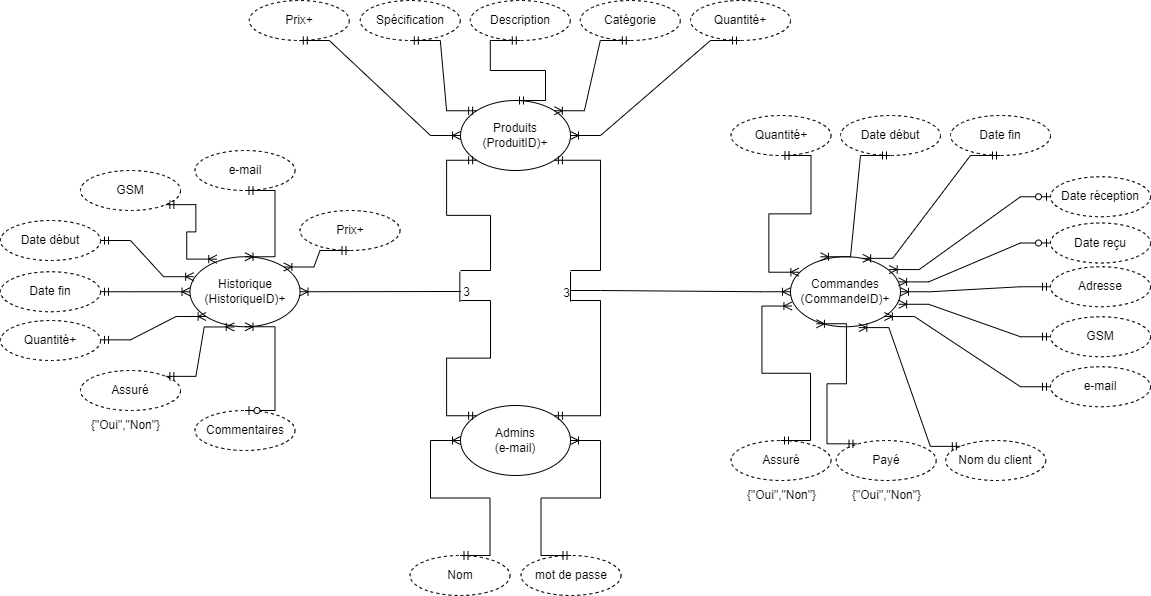
Above: ORM.png in Emilevillette/LINFO1212-2022-12 (draw.io), before the change. Source tidied: cells renumbered, new cells last; positions are measured from the earlier drawing's top-left corner, leaving out a move shared by most shapes.
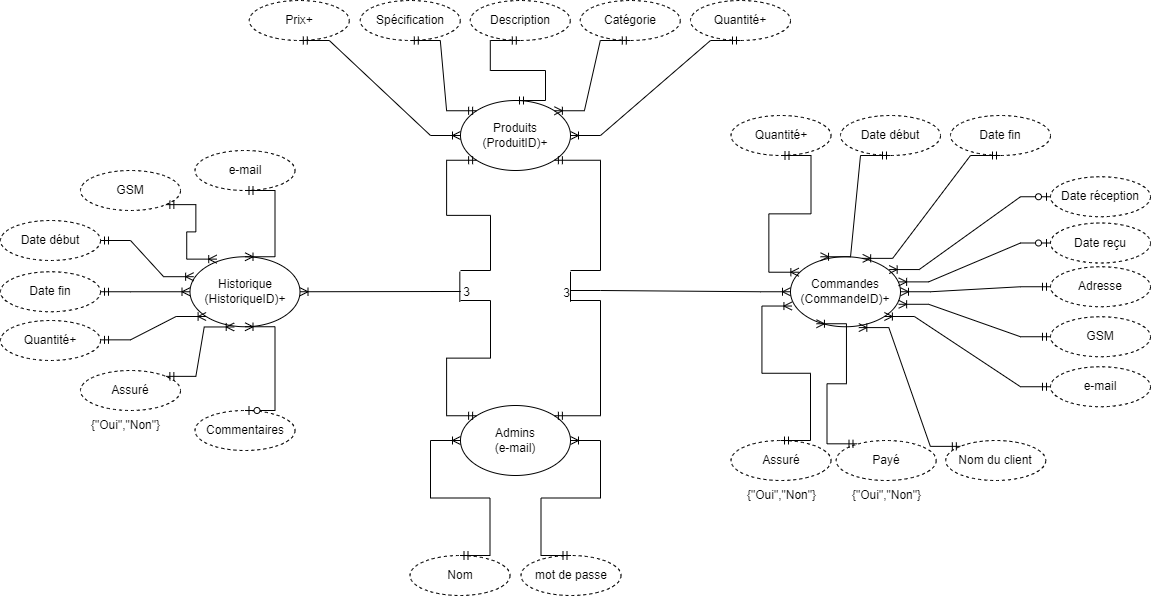
The same file after the commit.

Change to the diagram source:
```diff
@@ -227,11 +227,5 @@
     <mxCell id="68" style="edgeStyle=entityRelationEdgeStyle;fontSize=12;html=1;endArrow=ERoneToMany;startArrow=ERmandOne;rounded=0;fontColor=none;entryX=1;entryY=0.5;entryDx=0;entryDy=0;exitX=0.5;exitY=1;exitDx=0;exitDy=0;" parent="1" edge="1" source="67" target="2">
       <mxGeometry relative="1" as="geometry" />
     </mxCell>
-    <mxCell id="69" value="Prix+" style="ellipse;whiteSpace=wrap;html=1;align=center;dashed=1;" parent="1" vertex="1">
-      <mxGeometry x="299.5" y="210" width="100" height="40" as="geometry" />
-    </mxCell>
-    <mxCell id="70" style="edgeStyle=entityRelationEdgeStyle;fontSize=12;html=1;endArrow=ERoneToMany;startArrow=ERmandOne;rounded=0;fontColor=none;entryX=1;entryY=0;entryDx=0;entryDy=0;exitX=0.5;exitY=1;exitDx=0;exitDy=0;" parent="1" edge="1" source="69" target="43">
-      <mxGeometry relative="1" as="geometry" />
-    </mxCell>
   </root>
 </mxGraphModel>
```
